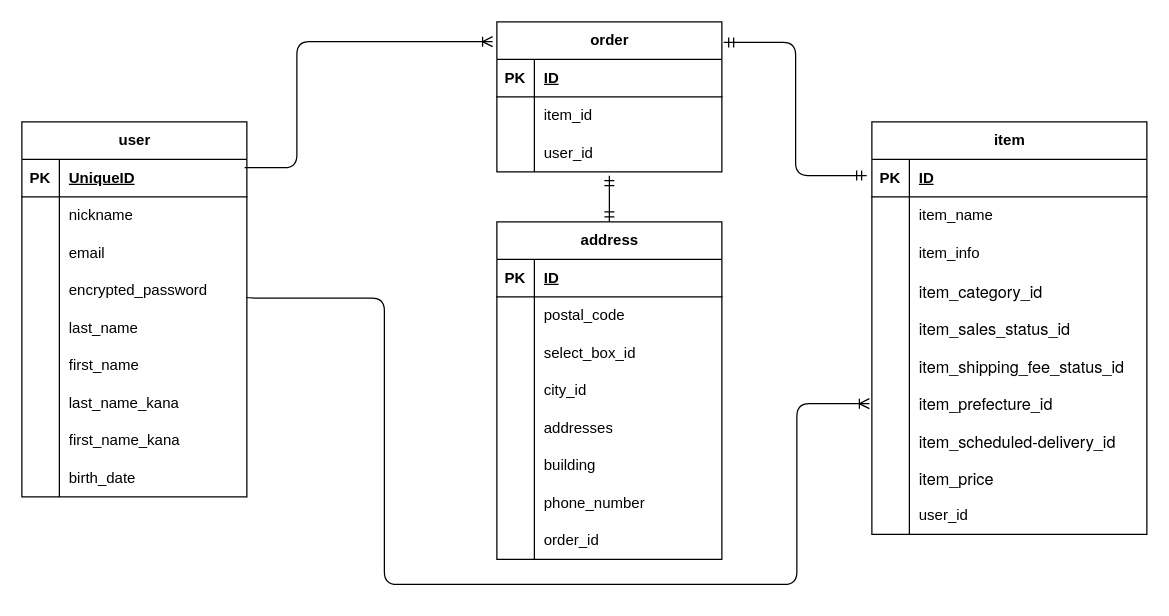
This is furima.dio from todomatu/furima-42487, a draw.io file, before an edit. Source tidied: cells renumbered, new cells numbered last; positions are measured from the earlier drawing's top-left corner, leaving out a move shared by most shapes. Both pictures are drawn from the tidied source at 125%, with x=0, y=0 at pixel (21, 21).
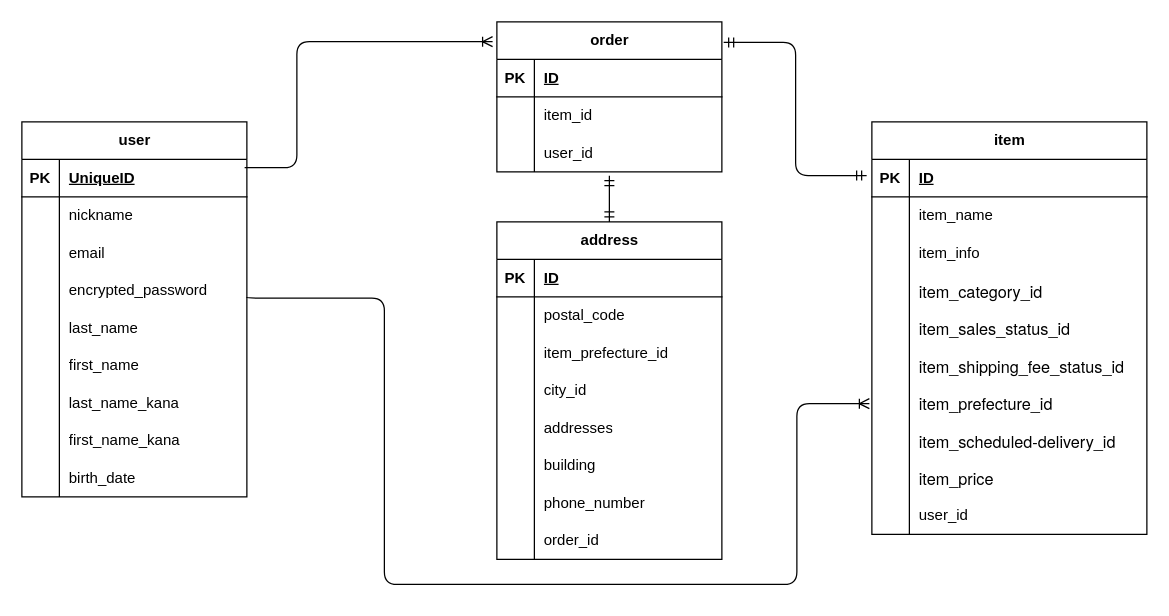
The same page after the edit.

Unchanged cells that the change refers to:
```xml
<mxCell id="81" style="shape=tableRow;horizontal=0;startSize=0;swimlaneHead=0;swimlaneBody=0;fillColor=none;top=0;left=0;right=0;bottom=0;" parent="74" vertex="1">
  <mxGeometry y="90" width="180" height="30" as="geometry" />
</mxCell>
```

The edit, as a diff of the source:
```diff
@@
-    <mxCell id="83" value="select_box_id" style="shape=partialRectangle;fillColor=none;top=0;left=0;bottom=0;right=0;align=left;spacingLeft=6;overflow=hidden;whiteSpace=wrap;html=1;" parent="81" vertex="1">
+    <mxCell id="83" value="item_prefecture_id" style="shape=partialRectangle;fillColor=none;top=0;left=0;bottom=0;right=0;align=left;spacingLeft=6;overflow=hidden;whiteSpace=wrap;html=1;" parent="81" vertex="1">
       <mxGeometry x="30" width="150" height="30" as="geometry" />
     </mxCell>
```
